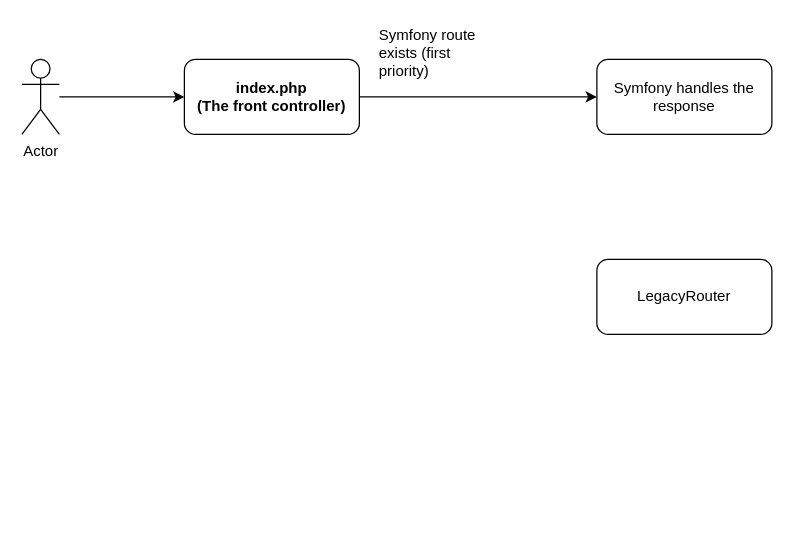
Before: docs/readme/Symfony Flowchart.drawio in Taiwo435/ABET-Tools-Dockerized-Backup, a draw.io diagram. Source tidied: cells renumbered, new cells numbered last; positions are measured from the earlier drawing's top-left corner, leaving out a move shared by most shapes. Both pictures are drawn from the tidied source at 125%, with x=0, y=0 at pixel (21, 21).
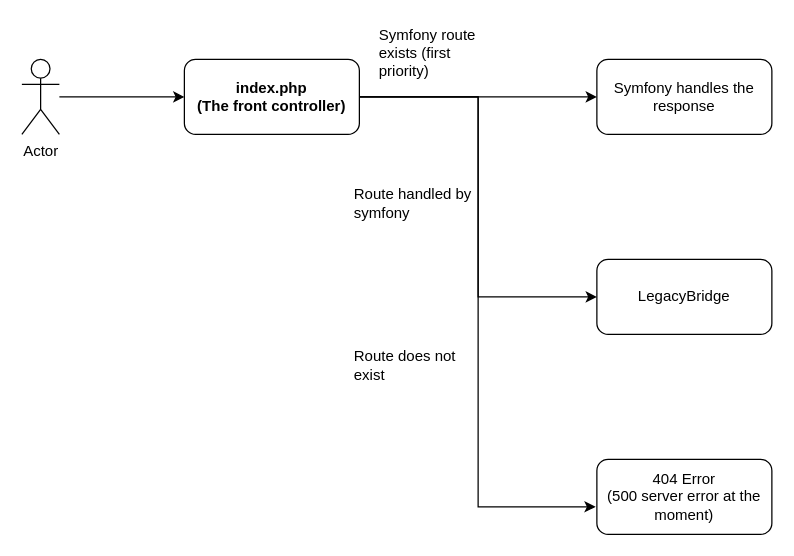
The same page after the edit.

Commit message (it also covers changes not shown here):
Added symfony request flowchart

Diff of the diagram source:
```diff
@@
 <mxGraphModel>
   <root>
     <mxCell id="0" />
     <mxCell id="1" parent="0" />
     <mxCell id="2" value="Actor" style="shape=umlActor;verticalLabelPosition=bottom;verticalAlign=top;html=1;outlineConnect=0;" parent="1" vertex="1">
       <mxGeometry y="30" width="30" height="60" as="geometry" />
     </mxCell>
     <mxCell id="3" style="endArrow=classic;html=1;rounded=0;entryX=0;entryY=0.5;entryDx=0;entryDy=0;" parent="1" edge="1" source="2" target="4">
       <mxGeometry relative="1" as="geometry" />
     </mxCell>
     <mxCell id="4" value="&lt;div&gt;&lt;b&gt;index.php&lt;/b&gt;&lt;/div&gt;&lt;div&gt;&lt;b&gt;(The front controller)&lt;/b&gt;&lt;/div&gt;" style="rounded=1;whiteSpace=wrap;html=1;" parent="1" vertex="1">
       <mxGeometry x="130" y="30" width="140" height="60" as="geometry" />
     </mxCell>
     <mxCell id="5" value="Symfony handles the response" style="rounded=1;whiteSpace=wrap;html=1;" parent="1" vertex="1">
       <mxGeometry x="460" y="30" width="140" height="60" as="geometry" />
     </mxCell>
     <mxCell id="6" style="endArrow=classic;html=1;rounded=0;exitX=1;exitY=0.5;exitDx=0;exitDy=0;entryX=0;entryY=0.5;entryDx=0;entryDy=0;" parent="1" edge="1" source="4" target="5">
       <mxGeometry relative="1" as="geometry" />
     </mxCell>
     <mxCell id="7" value="Symfony route exists (first priority)" style="text;strokeColor=none;fillColor=none;align=left;verticalAlign=middle;spacingLeft=4;spacingRight=4;overflow=hidden;whiteSpace=wrap;html=1;" parent="1" vertex="1">
       <mxGeometry x="280" width="110" height="50" as="geometry" />
     </mxCell>
-    <mxCell id="8" value="LegacyRouter" style="rounded=1;whiteSpace=wrap;html=1;" parent="1" vertex="1">
+    <mxCell id="8" value="LegacyBridge" style="rounded=1;whiteSpace=wrap;html=1;" parent="1" vertex="1">
       <mxGeometry x="460" y="190" width="140" height="60" as="geometry" />
     </mxCell>
+    <mxCell id="9" style="endArrow=classic;html=1;rounded=0;exitX=1;exitY=0.5;exitDx=0;exitDy=0;entryX=0;entryY=0.5;entryDx=0;entryDy=0;edgeStyle=orthogonalEdgeStyle;" parent="1" edge="1" source="4" target="8">
+      <mxGeometry relative="1" as="geometry" />
+    </mxCell>
+    <mxCell id="10" value="Route handled by symfony" style="text;strokeColor=none;fillColor=none;align=left;verticalAlign=middle;spacingLeft=4;spacingRight=4;overflow=hidden;whiteSpace=wrap;html=1;" parent="1" vertex="1">
+      <mxGeometry x="260" y="120" width="110" height="50" as="geometry" />
+    </mxCell>
+    <mxCell id="11" style="endArrow=classic;html=1;rounded=0;exitX=1;exitY=0.5;exitDx=0;exitDy=0;edgeStyle=orthogonalEdgeStyle;entryX=-0.007;entryY=0.633;entryDx=0;entryDy=0;entryPerimeter=0;" parent="1" edge="1" source="4" target="12">
+      <mxGeometry relative="1" as="geometry" />
+    </mxCell>
+    <mxCell id="12" value="404 Error&lt;div&gt;(500 server error at the moment)&lt;/div&gt;" style="rounded=1;whiteSpace=wrap;html=1;" parent="1" vertex="1">
+      <mxGeometry x="460" y="350" width="140" height="60" as="geometry" />
+    </mxCell>
+    <mxCell id="13" value="Route does not exist" style="text;strokeColor=none;fillColor=none;align=left;verticalAlign=middle;spacingLeft=4;spacingRight=4;overflow=hidden;whiteSpace=wrap;html=1;" parent="1" vertex="1">
+      <mxGeometry x="260" y="250" width="110" height="50" as="geometry" />
+    </mxCell>
   </root>
 </mxGraphModel>
```
